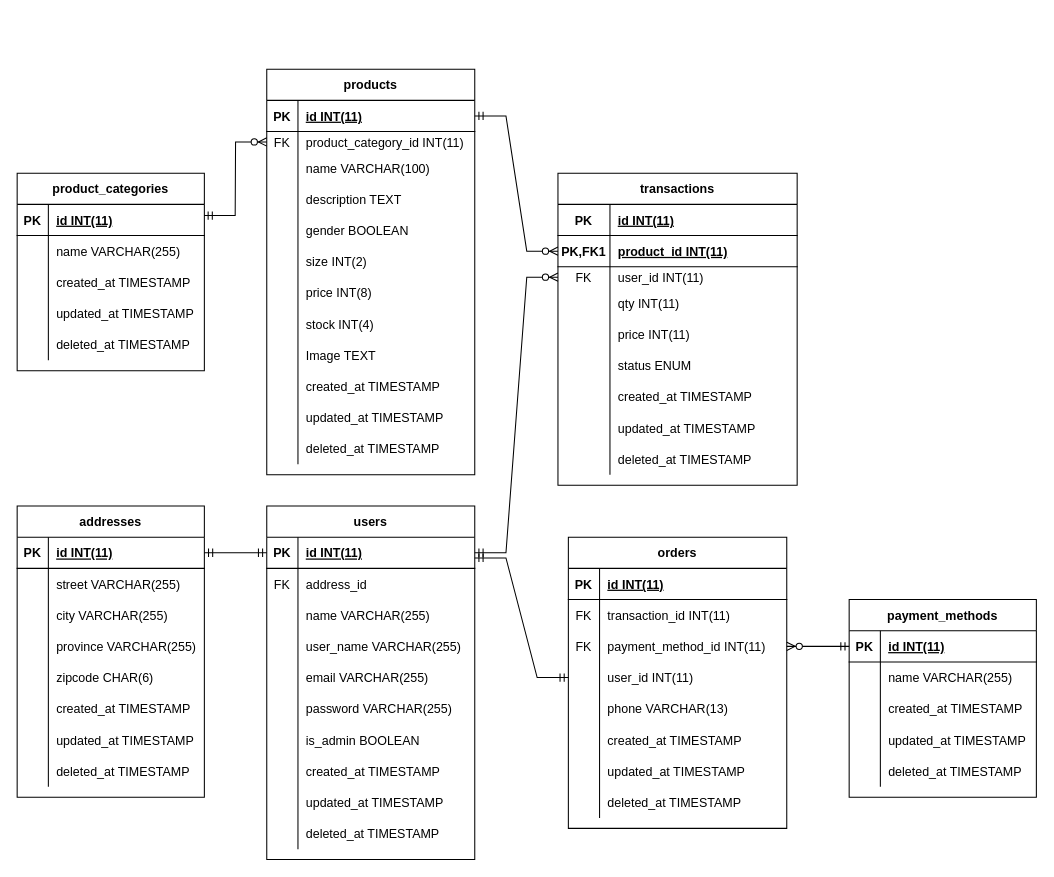
Earlier version of the draw.io diagram ERD/ERD Olshop.drawio (e-commerce-group-1/BE). Source tidied: cells renumbered, new cells numbered last; positions are measured from the earlier drawing's top-left corner, leaving out a move shared by most shapes. Both pictures are drawn from the tidied source at 104%, with x=0, y=0 at pixel (17, 69).
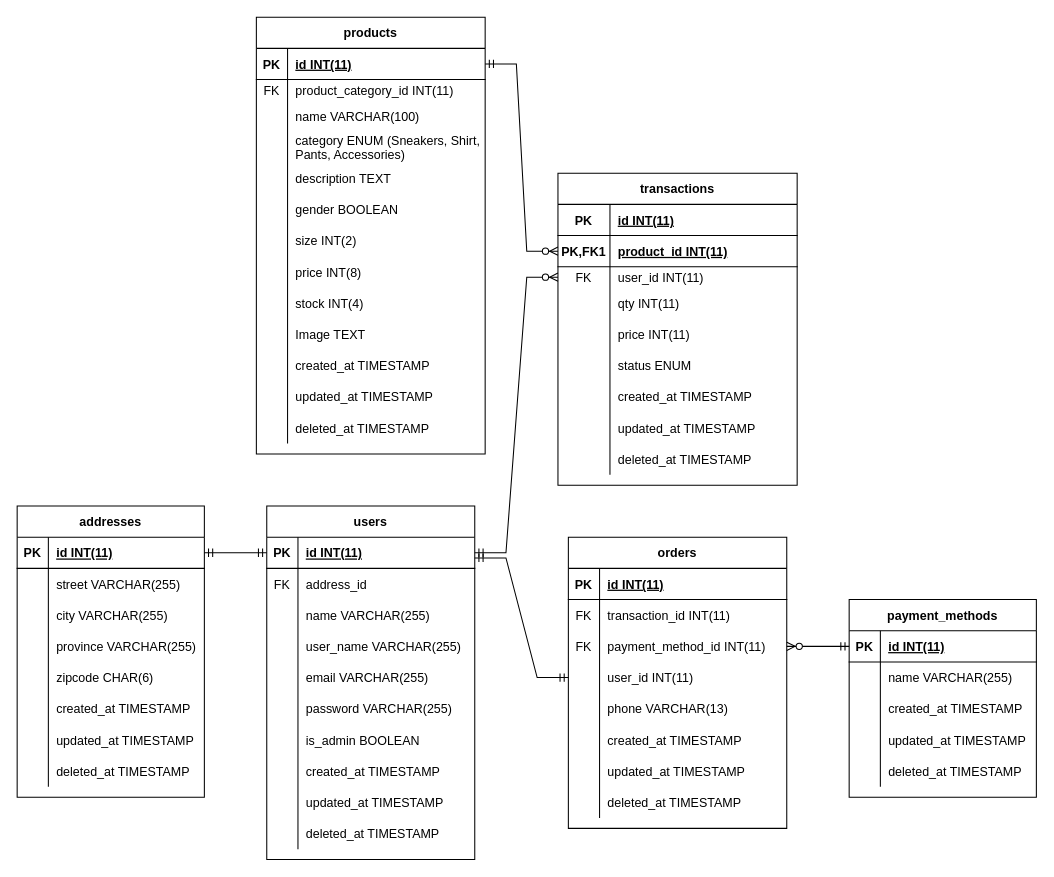
The same diagram, later.

Commit message:
remove product categories table

Change to the diagram source:
```diff
@@
     <mxCell id="33" value="products" style="shape=table;startSize=30;childLayout=tableLayout;rowLines=0;fontStyle=1;align=center;" parent="1" vertex="1">
-      <mxGeometry x="240" width="200" height="390" as="geometry" />
+      <mxGeometry x="230" y="-50" width="220" height="420" as="geometry" />
     </mxCell>
     <mxCell id="34" style="shape=tableRow;horizontal=0;startSize=0;swimlaneHead=0;swimlaneBody=0;fillColor=none;points=[[0,0.5],[1,0.5]];portConstraint=eastwest;top=0;left=0;right=0;bottom=1;" parent="33" vertex="1">
-      <mxGeometry y="30" width="200" height="30" as="geometry" />
+      <mxGeometry y="30" width="220" height="30" as="geometry" />
     </mxCell>
@@
     <mxCell id="36" value="id INT(11)" style="shape=partialRectangle;fillColor=none;top=0;left=0;bottom=0;right=0;align=left;spacingLeft=6;fontStyle=5;overflow=hidden;" parent="34" vertex="1">
-      <mxGeometry x="30" width="170" height="30" as="geometry" />
+      <mxGeometry x="30" width="190" height="30" as="geometry" />
     </mxCell>
     <mxCell id="37" style="shape=tableRow;horizontal=0;startSize=0;swimlaneHead=0;swimlaneBody=0;fillColor=none;points=[[0,0.5],[1,0.5]];portConstraint=eastwest;top=0;left=0;right=0;bottom=0;" parent="33" vertex="1">
-      <mxGeometry y="60" width="200" height="20" as="geometry" />
+      <mxGeometry y="60" width="220" height="20" as="geometry" />
     </mxCell>
@@
     <mxCell id="39" value="product_category_id INT(11)" style="shape=partialRectangle;fillColor=none;top=0;left=0;bottom=0;right=0;align=left;spacingLeft=6;fontStyle=0;overflow=hidden;" parent="37" vertex="1">
-      <mxGeometry x="30" width="170" height="20" as="geometry" />
+      <mxGeometry x="30" width="190" height="20" as="geometry" />
     </mxCell>
     <mxCell id="40" style="shape=tableRow;horizontal=0;startSize=0;swimlaneHead=0;swimlaneBody=0;fillColor=none;top=0;left=0;right=0;bottom=0;" parent="33" vertex="1">
-      <mxGeometry y="80" width="200" height="30" as="geometry" />
+      <mxGeometry y="80" width="220" height="30" as="geometry" />
     </mxCell>
@@
     <mxCell id="42" value="name VARCHAR(100)" style="shape=partialRectangle;fillColor=none;top=0;left=0;bottom=0;right=0;align=left;spacingLeft=6;overflow=hidden;" parent="40" vertex="1">
-      <mxGeometry x="30" width="170" height="30" as="geometry" />
+      <mxGeometry x="30" width="190" height="30" as="geometry" />
     </mxCell>
+    <mxCell id="186" style="shape=tableRow;horizontal=0;startSize=0;swimlaneHead=0;swimlaneBody=0;fillColor=none;top=0;left=0;right=0;bottom=0;" parent="33" vertex="1">
+      <mxGeometry y="110" width="220" height="30" as="geometry" />
+    </mxCell>
+    <mxCell id="187" style="shape=partialRectangle;fillColor=none;top=0;left=0;bottom=0;right=0;overflow=hidden;" parent="186" vertex="1">
+      <mxGeometry width="30" height="30" as="geometry" />
+    </mxCell>
+    <mxCell id="188" value="category ENUM (Sneakers, Shirt,&#10;Pants, Accessories)" style="shape=partialRectangle;fillColor=none;top=0;left=0;bottom=0;right=0;align=left;spacingLeft=6;overflow=hidden;" parent="186" vertex="1">
+      <mxGeometry x="30" width="190" height="30" as="geometry" />
+    </mxCell>
     <mxCell id="43" style="shape=tableRow;horizontal=0;startSize=0;swimlaneHead=0;swimlaneBody=0;fillColor=none;top=0;left=0;right=0;bottom=0;" parent="33" vertex="1">
-      <mxGeometry y="110" width="200" height="30" as="geometry" />
+      <mxGeometry y="140" width="220" height="30" as="geometry" />
     </mxCell>
@@
     <mxCell id="45" value="description TEXT" style="shape=partialRectangle;fillColor=none;top=0;left=0;bottom=0;right=0;align=left;spacingLeft=6;overflow=hidden;" parent="43" vertex="1">
-      <mxGeometry x="30" width="170" height="30" as="geometry" />
+      <mxGeometry x="30" width="190" height="30" as="geometry" />
     </mxCell>
     <mxCell id="46" style="shape=tableRow;horizontal=0;startSize=0;swimlaneHead=0;swimlaneBody=0;fillColor=none;top=0;left=0;right=0;bottom=0;" parent="33" vertex="1">
-      <mxGeometry y="140" width="200" height="30" as="geometry" />
+      <mxGeometry y="170" width="220" height="30" as="geometry" />
     </mxCell>
@@
     <mxCell id="48" value="gender BOOLEAN" style="shape=partialRectangle;fillColor=none;top=0;left=0;bottom=0;right=0;align=left;spacingLeft=6;overflow=hidden;" parent="46" vertex="1">
-      <mxGeometry x="30" width="170" height="30" as="geometry" />
+      <mxGeometry x="30" width="190" height="30" as="geometry" />
     </mxCell>
     <mxCell id="49" style="shape=tableRow;horizontal=0;startSize=0;swimlaneHead=0;swimlaneBody=0;fillColor=none;top=0;left=0;right=0;bottom=0;" parent="33" vertex="1">
-      <mxGeometry y="170" width="200" height="30" as="geometry" />
+      <mxGeometry y="200" width="220" height="30" as="geometry" />
     </mxCell>
@@
     <mxCell id="51" value="size INT(2)" style="shape=partialRectangle;fillColor=none;top=0;left=0;bottom=0;right=0;align=left;spacingLeft=6;overflow=hidden;" parent="49" vertex="1">
-      <mxGeometry x="30" width="170" height="30" as="geometry" />
+      <mxGeometry x="30" width="190" height="30" as="geometry" />
     </mxCell>
     <mxCell id="52" style="shape=tableRow;horizontal=0;startSize=0;swimlaneHead=0;swimlaneBody=0;fillColor=none;top=0;left=0;right=0;bottom=0;" parent="33" vertex="1">
-      <mxGeometry y="200" width="200" height="30" as="geometry" />
+      <mxGeometry y="230" width="220" height="30" as="geometry" />
     </mxCell>
@@
     <mxCell id="54" value="price INT(8)" style="shape=partialRectangle;fillColor=none;top=0;left=0;bottom=0;right=0;align=left;spacingLeft=6;overflow=hidden;" parent="52" vertex="1">
-      <mxGeometry x="30" width="170" height="30" as="geometry" />
+      <mxGeometry x="30" width="190" height="30" as="geometry" />
     </mxCell>
     <mxCell id="55" style="shape=tableRow;horizontal=0;startSize=0;swimlaneHead=0;swimlaneBody=0;fillColor=none;top=0;left=0;right=0;bottom=0;" parent="33" vertex="1">
-      <mxGeometry y="230" width="200" height="30" as="geometry" />
+      <mxGeometry y="260" width="220" height="30" as="geometry" />
     </mxCell>
@@
     <mxCell id="57" value="stock INT(4)" style="shape=partialRectangle;fillColor=none;top=0;left=0;bottom=0;right=0;align=left;spacingLeft=6;overflow=hidden;" parent="55" vertex="1">
-      <mxGeometry x="30" width="170" height="30" as="geometry" />
+      <mxGeometry x="30" width="190" height="30" as="geometry" />
     </mxCell>
     <mxCell id="58" style="shape=tableRow;horizontal=0;startSize=0;swimlaneHead=0;swimlaneBody=0;fillColor=none;top=0;left=0;right=0;bottom=0;" parent="33" vertex="1">
-      <mxGeometry y="260" width="200" height="30" as="geometry" />
+      <mxGeometry y="290" width="220" height="30" as="geometry" />
     </mxCell>
@@
     <mxCell id="60" value="Image TEXT" style="shape=partialRectangle;fillColor=none;top=0;left=0;bottom=0;right=0;align=left;spacingLeft=6;overflow=hidden;" parent="58" vertex="1">
-      <mxGeometry x="30" width="170" height="30" as="geometry" />
+      <mxGeometry x="30" width="190" height="30" as="geometry" />
     </mxCell>
     <mxCell id="61" style="shape=tableRow;horizontal=0;startSize=0;swimlaneHead=0;swimlaneBody=0;fillColor=none;top=0;left=0;right=0;bottom=0;" parent="33" vertex="1">
-      <mxGeometry y="290" width="200" height="30" as="geometry" />
+      <mxGeometry y="320" width="220" height="30" as="geometry" />
     </mxCell>
@@
     <mxCell id="63" value="created_at TIMESTAMP" style="shape=partialRectangle;fillColor=none;top=0;left=0;bottom=0;right=0;align=left;spacingLeft=6;overflow=hidden;" parent="61" vertex="1">
-      <mxGeometry x="30" width="170" height="30" as="geometry" />
+      <mxGeometry x="30" width="190" height="30" as="geometry" />
     </mxCell>
     <mxCell id="64" style="shape=tableRow;horizontal=0;startSize=0;swimlaneHead=0;swimlaneBody=0;fillColor=none;top=0;left=0;right=0;bottom=0;" parent="33" vertex="1">
-      <mxGeometry y="320" width="200" height="30" as="geometry" />
+      <mxGeometry y="350" width="220" height="30" as="geometry" />
     </mxCell>
@@
     <mxCell id="66" value="updated_at TIMESTAMP" style="shape=partialRectangle;fillColor=none;top=0;left=0;bottom=0;right=0;align=left;spacingLeft=6;overflow=hidden;" parent="64" vertex="1">
-      <mxGeometry x="30" width="170" height="30" as="geometry" />
+      <mxGeometry x="30" width="190" height="30" as="geometry" />
     </mxCell>
     <mxCell id="67" style="shape=tableRow;horizontal=0;startSize=0;swimlaneHead=0;swimlaneBody=0;fillColor=none;top=0;left=0;right=0;bottom=0;" parent="33" vertex="1">
-      <mxGeometry y="350" width="200" height="30" as="geometry" />
+      <mxGeometry y="380" width="220" height="30" as="geometry" />
     </mxCell>
@@
     <mxCell id="69" value="deleted_at TIMESTAMP" style="shape=partialRectangle;fillColor=none;top=0;left=0;bottom=0;right=0;align=left;spacingLeft=6;overflow=hidden;" parent="67" vertex="1">
-      <mxGeometry x="30" width="170" height="30" as="geometry" />
+      <mxGeometry x="30" width="190" height="30" as="geometry" />
     </mxCell>
-    <mxCell id="70" value="product_categories" style="shape=table;startSize=30;childLayout=tableLayout;rowLines=0;fontStyle=1;align=center;" parent="1" vertex="1">
-      <mxGeometry y="100" width="180" height="190" as="geometry" />
-    </mxCell>
-    <mxCell id="71" style="shape=tableRow;horizontal=0;startSize=0;swimlaneHead=0;swimlaneBody=0;fillColor=none;points=[[0,0.5],[1,0.5]];portConstraint=eastwest;top=0;left=0;right=0;bottom=1;" parent="70" vertex="1">
-      <mxGeometry y="30" width="180" height="30" as="geometry" />
-    </mxCell>
-    <mxCell id="72" value="PK" style="shape=partialRectangle;fillColor=none;top=0;left=0;bottom=0;right=0;fontStyle=1;overflow=hidden;" parent="71" vertex="1">
-      <mxGeometry width="30" height="30" as="geometry" />
-    </mxCell>
-    <mxCell id="73" value="id INT(11)" style="shape=partialRectangle;fillColor=none;top=0;left=0;bottom=0;right=0;align=left;spacingLeft=6;fontStyle=5;overflow=hidden;" parent="71" vertex="1">
-      <mxGeometry x="30" width="150" height="30" as="geometry" />
-    </mxCell>
-    <mxCell id="74" style="shape=tableRow;horizontal=0;startSize=0;swimlaneHead=0;swimlaneBody=0;fillColor=none;top=0;left=0;right=0;bottom=0;" parent="70" vertex="1">
-      <mxGeometry y="60" width="180" height="30" as="geometry" />
-    </mxCell>
-    <mxCell id="75" style="shape=partialRectangle;fillColor=none;top=0;left=0;bottom=0;right=0;overflow=hidden;" parent="74" vertex="1">
-      <mxGeometry width="30" height="30" as="geometry" />
-    </mxCell>
-    <mxCell id="76" value="name VARCHAR(255)" style="shape=partialRectangle;fillColor=none;top=0;left=0;bottom=0;right=0;align=left;spacingLeft=6;overflow=hidden;" parent="74" vertex="1">
-      <mxGeometry x="30" width="150" height="30" as="geometry" />
-    </mxCell>
-    <mxCell id="77" style="shape=tableRow;horizontal=0;startSize=0;swimlaneHead=0;swimlaneBody=0;fillColor=none;top=0;left=0;right=0;bottom=0;" parent="70" vertex="1">
-      <mxGeometry y="90" width="180" height="30" as="geometry" />
-    </mxCell>
-    <mxCell id="78" style="shape=partialRectangle;fillColor=none;top=0;left=0;bottom=0;right=0;overflow=hidden;" parent="77" vertex="1">
-      <mxGeometry width="30" height="30" as="geometry" />
-    </mxCell>
-    <mxCell id="79" value="created_at TIMESTAMP" style="shape=partialRectangle;fillColor=none;top=0;left=0;bottom=0;right=0;align=left;spacingLeft=6;overflow=hidden;" parent="77" vertex="1">
-      <mxGeometry x="30" width="150" height="30" as="geometry" />
-    </mxCell>
-    <mxCell id="80" style="shape=tableRow;horizontal=0;startSize=0;swimlaneHead=0;swimlaneBody=0;fillColor=none;top=0;left=0;right=0;bottom=0;" parent="70" vertex="1">
-      <mxGeometry y="120" width="180" height="30" as="geometry" />
-    </mxCell>
-    <mxCell id="81" style="shape=partialRectangle;fillColor=none;top=0;left=0;bottom=0;right=0;overflow=hidden;" parent="80" vertex="1">
-      <mxGeometry width="30" height="30" as="geometry" />
-    </mxCell>
-    <mxCell id="82" value="updated_at TIMESTAMP" style="shape=partialRectangle;fillColor=none;top=0;left=0;bottom=0;right=0;align=left;spacingLeft=6;overflow=hidden;" parent="80" vertex="1">
-      <mxGeometry x="30" width="150" height="30" as="geometry" />
-    </mxCell>
-    <mxCell id="83" style="shape=tableRow;horizontal=0;startSize=0;swimlaneHead=0;swimlaneBody=0;fillColor=none;top=0;left=0;right=0;bottom=0;" parent="70" vertex="1">
-      <mxGeometry y="150" width="180" height="30" as="geometry" />
-    </mxCell>
-    <mxCell id="84" style="shape=partialRectangle;fillColor=none;top=0;left=0;bottom=0;right=0;overflow=hidden;" parent="83" vertex="1">
-      <mxGeometry width="30" height="30" as="geometry" />
-    </mxCell>
-    <mxCell id="85" value="deleted_at TIMESTAMP" style="shape=partialRectangle;fillColor=none;top=0;left=0;bottom=0;right=0;align=left;spacingLeft=6;overflow=hidden;" parent="83" vertex="1">
-      <mxGeometry x="30" width="150" height="30" as="geometry" />
-    </mxCell>
@@
-    <mxCell id="132" style="edgeStyle=entityRelationEdgeStyle;fontSize=12;html=1;endArrow=ERzeroToMany;startArrow=ERmandOne;rounded=0;entryX=0;entryY=0.5;entryDx=0;entryDy=0;exitX=0.998;exitY=0.36;exitDx=0;exitDy=0;exitPerimeter=0;" parent="1" edge="1" source="71" target="37">
-      <mxGeometry relative="1" as="geometry" />
-    </mxCell>
```
